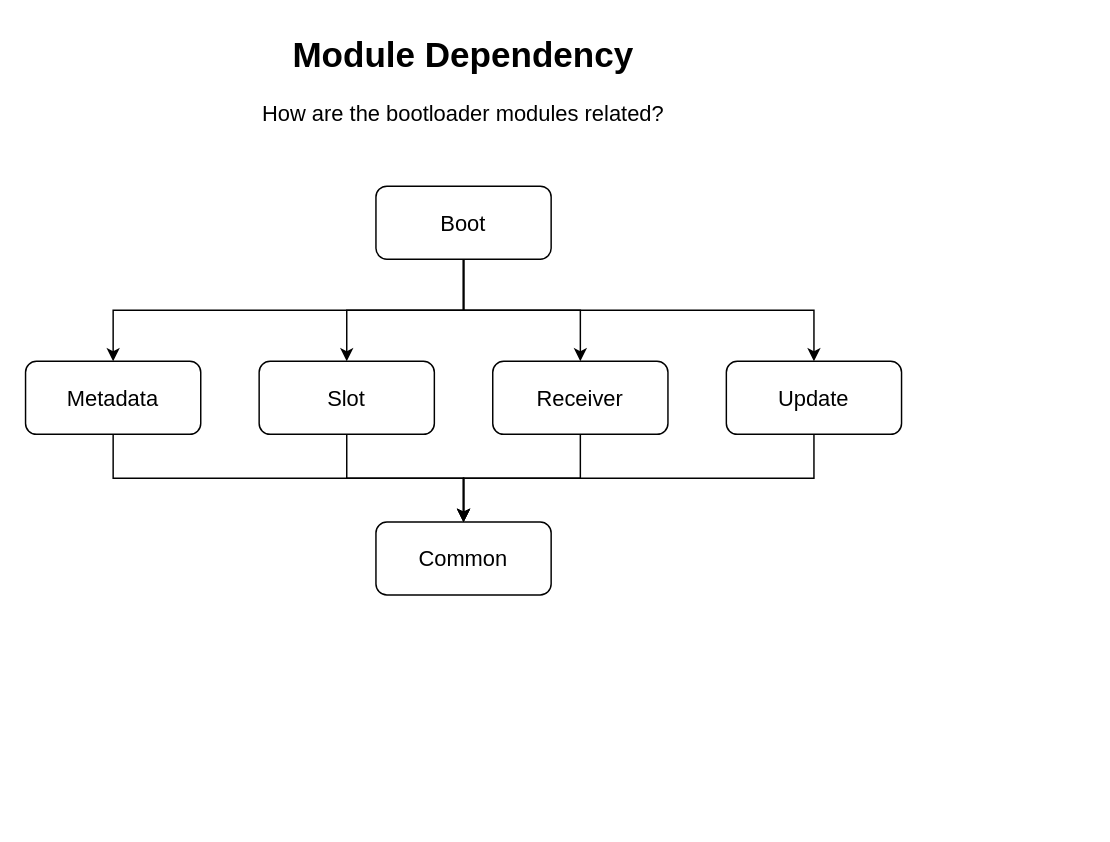
This is page "03 - Module Dependency" (3 of 8) of docs/Architecture.drawio from brajogopal/HEXBOOT_F0, a draw.io file, before an edit. Source tidied: cells renumbered, new cells numbered last; positions are measured from the earlier drawing's top-left corner, leaving out a move shared by most shapes. Both pictures are drawn from the tidied source at 146%, with x=0, y=0 at pixel (25, 25).
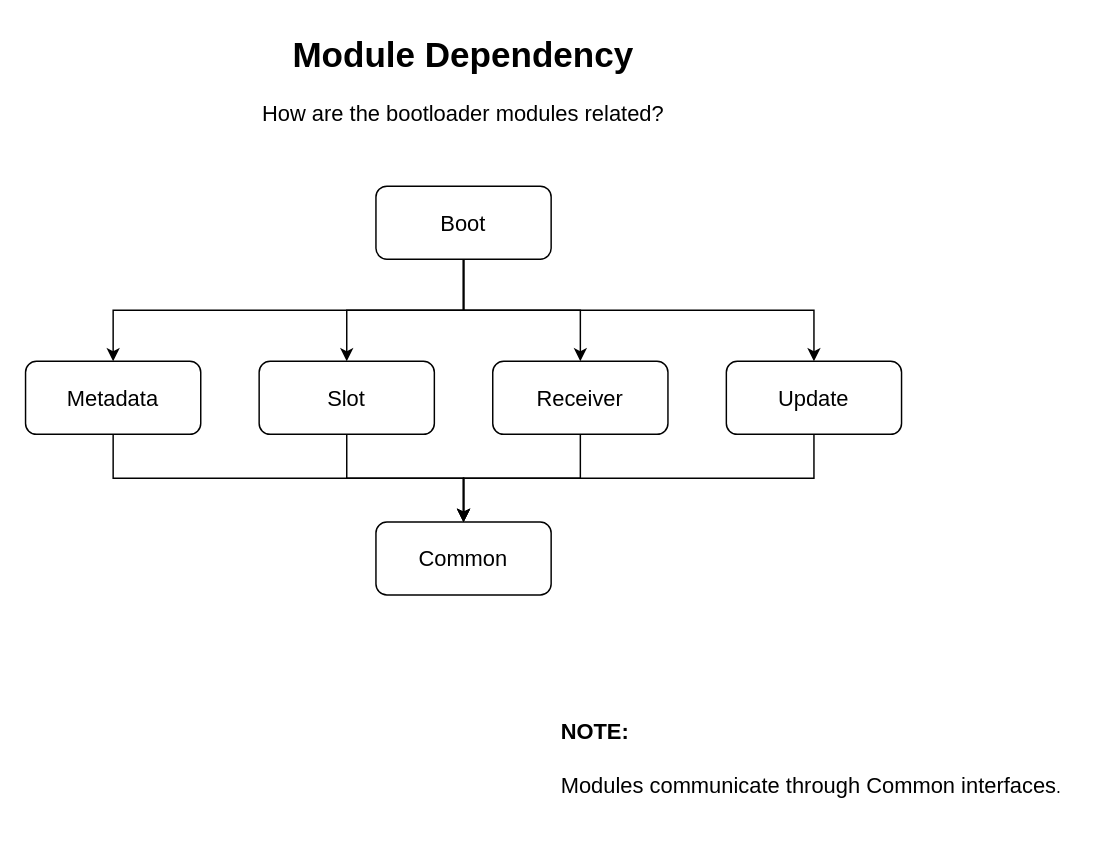
The same page after the edit.

The edit, as a diff of the source:
```diff
@@
 <mxGraphModel>
   <root>
     <mxCell id="0" />
     <mxCell id="1" parent="0" />
     <mxCell id="2" value="&lt;h1 style=&quot;margin-top: 0px;&quot;&gt;Module Dependency&lt;/h1&gt;&lt;p style=&quot;&quot;&gt;&lt;font style=&quot;font-size: 15px;&quot;&gt;How are the bootloader modules related?&lt;/font&gt;&lt;/p&gt;" style="text;html=1;whiteSpace=wrap;overflow=hidden;rounded=0;align=center;" parent="1" vertex="1">
       <mxGeometry x="35" width="530" height="80" as="geometry" />
     </mxCell>
     <mxCell id="3" style="edgeStyle=orthogonalEdgeStyle;rounded=0;jettySize=auto;html=1;" parent="1" edge="1" source="7" target="13">
       <mxGeometry relative="1" as="geometry" />
     </mxCell>
     <mxCell id="4" style="edgeStyle=orthogonalEdgeStyle;rounded=0;jettySize=auto;html=1;exitX=0.5;exitY=1;exitDx=0;exitDy=0;entryX=0.5;entryY=0;entryDx=0;entryDy=0;" parent="1" edge="1" source="7" target="11">
       <mxGeometry relative="1" as="geometry" />
     </mxCell>
     <mxCell id="5" style="edgeStyle=orthogonalEdgeStyle;rounded=0;jettySize=auto;html=1;exitX=0.5;exitY=1;exitDx=0;exitDy=0;" parent="1" edge="1" source="7" target="9">
       <mxGeometry relative="1" as="geometry" />
     </mxCell>
     <mxCell id="6" style="edgeStyle=orthogonalEdgeStyle;rounded=0;jettySize=auto;html=1;exitX=0.5;exitY=1;exitDx=0;exitDy=0;entryX=0.5;entryY=0;entryDx=0;entryDy=0;" parent="1" edge="1" source="7" target="15">
       <mxGeometry relative="1" as="geometry" />
     </mxCell>
     <mxCell id="7" value="&lt;font style=&quot;font-size: 15px;&quot;&gt;Boot&lt;/font&gt;" style="rounded=1;whiteSpace=wrap;html=1;" parent="1" vertex="1">
       <mxGeometry x="240" y="110" width="120" height="50" as="geometry" />
     </mxCell>
     <mxCell id="8" style="edgeStyle=orthogonalEdgeStyle;rounded=0;jettySize=auto;html=1;exitX=0.5;exitY=1;exitDx=0;exitDy=0;entryX=0.5;entryY=0;entryDx=0;entryDy=0;" parent="1" edge="1" source="9" target="16">
       <mxGeometry relative="1" as="geometry" />
     </mxCell>
     <mxCell id="9" value="&lt;font style=&quot;font-size: 15px;&quot;&gt;Metadata&lt;/font&gt;" style="rounded=1;whiteSpace=wrap;html=1;" parent="1" vertex="1">
       <mxGeometry y="230" width="120" height="50" as="geometry" />
     </mxCell>
     <mxCell id="10" style="edgeStyle=orthogonalEdgeStyle;rounded=0;jettySize=auto;html=1;" parent="1" edge="1" source="11" target="16">
       <mxGeometry relative="1" as="geometry" />
     </mxCell>
     <mxCell id="11" value="&lt;font style=&quot;font-size: 15px;&quot;&gt;Slot&lt;/font&gt;" style="rounded=1;whiteSpace=wrap;html=1;" parent="1" vertex="1">
       <mxGeometry x="160" y="230" width="120" height="50" as="geometry" />
     </mxCell>
     <mxCell id="12" style="edgeStyle=orthogonalEdgeStyle;rounded=0;jettySize=auto;html=1;" parent="1" edge="1" source="13" target="16">
       <mxGeometry relative="1" as="geometry" />
     </mxCell>
     <mxCell id="13" value="&lt;font style=&quot;font-size: 15px;&quot;&gt;Receiver&lt;/font&gt;" style="rounded=1;whiteSpace=wrap;html=1;" parent="1" vertex="1">
       <mxGeometry x="320" y="230" width="120" height="50" as="geometry" />
     </mxCell>
     <mxCell id="14" style="edgeStyle=orthogonalEdgeStyle;rounded=0;jettySize=auto;html=1;exitX=0.5;exitY=1;exitDx=0;exitDy=0;" parent="1" edge="1" source="15" target="16">
       <mxGeometry relative="1" as="geometry" />
     </mxCell>
     <mxCell id="15" value="&lt;font style=&quot;font-size: 15px;&quot;&gt;Update&lt;/font&gt;" style="rounded=1;whiteSpace=wrap;html=1;" parent="1" vertex="1">
       <mxGeometry x="480" y="230" width="120" height="50" as="geometry" />
     </mxCell>
     <mxCell id="16" value="&lt;font style=&quot;font-size: 15px;&quot;&gt;Common&lt;/font&gt;" style="rounded=1;whiteSpace=wrap;html=1;" parent="1" vertex="1">
       <mxGeometry x="240" y="340" width="120" height="50" as="geometry" />
     </mxCell>
+    <mxCell id="17" value="&lt;h1 style=&quot;margin-top: 0px;&quot;&gt;&lt;font style=&quot;font-size: 15px;&quot;&gt;NOTE:&lt;/font&gt;&lt;/h1&gt;&lt;p&gt;&lt;font style=&quot;font-size: 15px;&quot;&gt;Modules communicate through Common interfaces&lt;/font&gt;.&lt;/p&gt;" style="text;html=1;whiteSpace=wrap;overflow=hidden;rounded=0;" parent="1" vertex="1">
+      <mxGeometry x="365" y="460" width="360" height="80" as="geometry" />
+    </mxCell>
   </root>
 </mxGraphModel>
```
